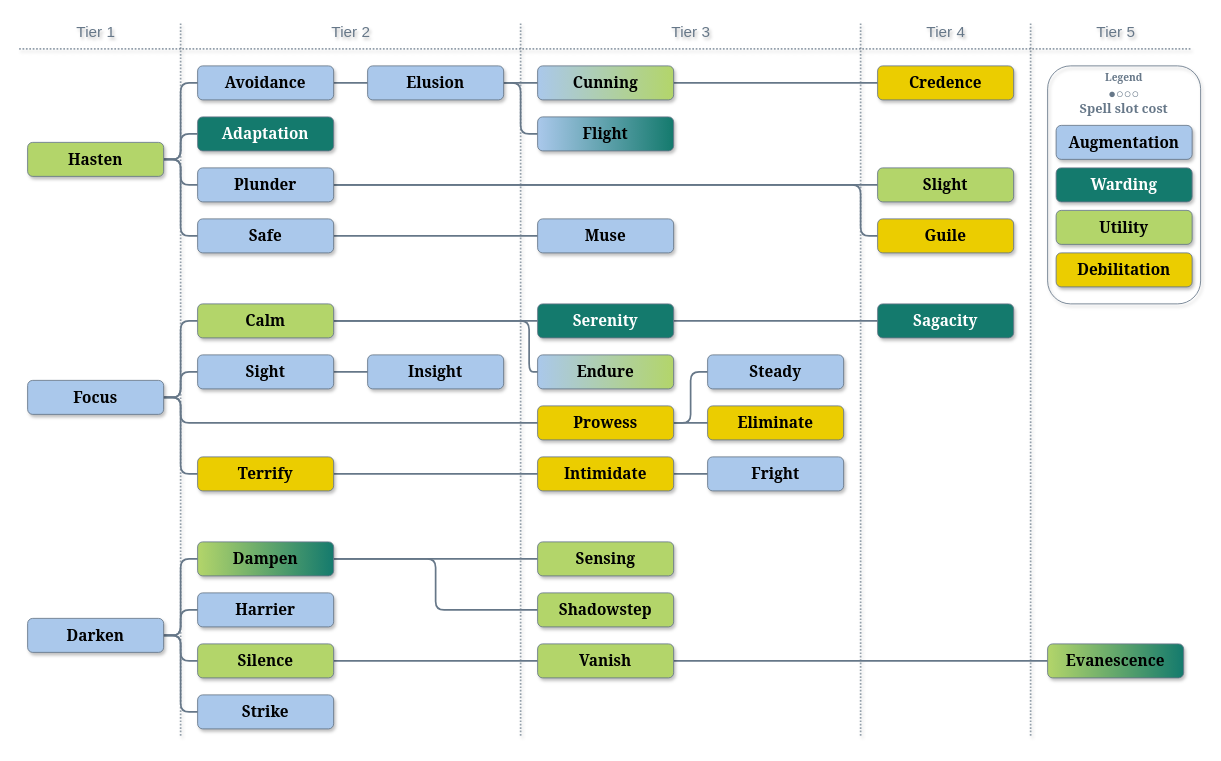
The draw.io diagram Thief/Thief.drawio in MahtraDR/dr-spell-trees, before the edit. Source tidied: cells renumbered, new cells numbered last; positions are measured from the earlier drawing's top-left corner, leaving out a move shared by most shapes. Both pictures are drawn from the tidied source at 85%, with x=0, y=0 at pixel (19, 14).
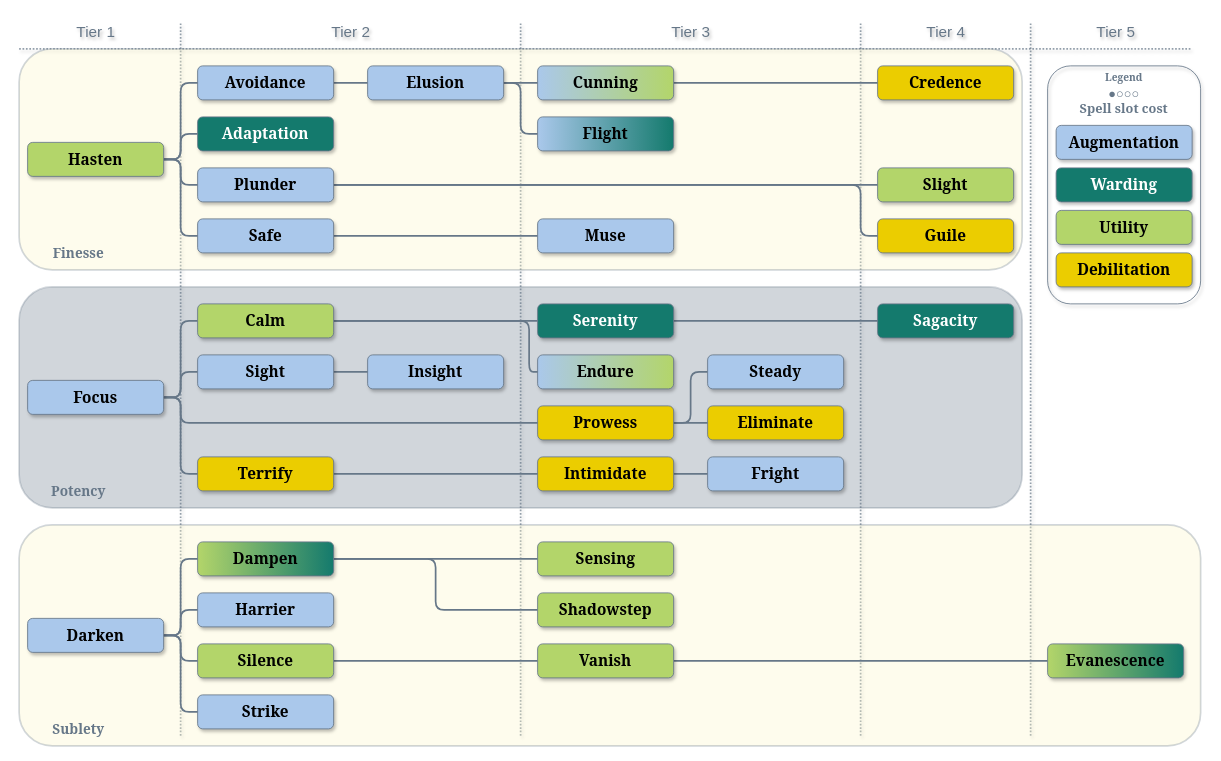
The same page after the edit.

Change to the diagram source:
```diff
@@
+    <mxCell id="84" parent="0" />
+    <mxCell id="85" style="rounded=1;fontFamily=Helvetica;fontSize=11;fontColor=default;labelBackgroundColor=none;fillColor=#FCF4C4;strokeColor=#667788;opacity=30;glass=0;shadow=0;align=center;verticalAlign=middle;gradientColor=none;strokeWidth=2;" parent="84" vertex="1">
+      <mxGeometry y="40" width="1180" height="260" as="geometry" />
+    </mxCell>
+    <mxCell id="86" value="Finesse" style="text;align=center;verticalAlign=middle;whiteSpace=wrap;rounded=0;fontStyle=1;fontSize=16;fontFamily=Georgia;fontColor=#667788;strokeColor=none;" parent="84" vertex="1">
+      <mxGeometry y="260" width="140" height="40" as="geometry" />
+    </mxCell>
+    <mxCell id="87" style="rounded=1;fontFamily=Helvetica;fontSize=11;fontColor=default;labelBackgroundColor=none;fillColor=#667788;strokeColor=#667788;opacity=30;glass=0;shadow=0;align=center;verticalAlign=middle;gradientColor=none;strokeWidth=2;" parent="84" vertex="1">
+      <mxGeometry y="320" width="1180" height="260" as="geometry" />
+    </mxCell>
+    <mxCell id="88" value="Potency" style="text;align=center;verticalAlign=middle;whiteSpace=wrap;rounded=0;fontStyle=1;fontSize=16;fontFamily=Georgia;fontColor=#667788;strokeColor=none;" parent="84" vertex="1">
+      <mxGeometry y="540" width="140" height="40" as="geometry" />
+    </mxCell>
+    <mxCell id="89" style="rounded=1;fontFamily=Helvetica;fontSize=11;fontColor=default;labelBackgroundColor=none;fillColor=#FCF4C4;strokeColor=#667788;opacity=30;glass=0;shadow=0;align=center;verticalAlign=middle;gradientColor=none;strokeWidth=2;" parent="84" vertex="1">
+      <mxGeometry y="600" width="1390" height="260" as="geometry" />
+    </mxCell>
+    <mxCell id="90" value="Sublety" style="text;align=center;verticalAlign=middle;whiteSpace=wrap;rounded=0;fontStyle=1;fontSize=16;fontFamily=Georgia;fontColor=#667788;strokeColor=none;" parent="84" vertex="1">
+      <mxGeometry y="820" width="140" height="40" as="geometry" />
+    </mxCell>
```
